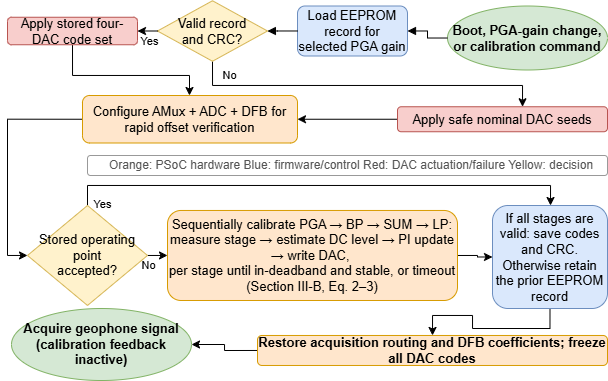
Earlier version of the draw.io export Propuesta Urucom/Imagenes/psoc_foreground_calibration_flow.drawio_horizontal_comprimido.png (simplementeUnPorito/Tesis-documentacion). Source tidied: cells renumbered, new cells last; positions are measured from the earlier drawing's top-left corner, leaving out a move shared by most shapes.
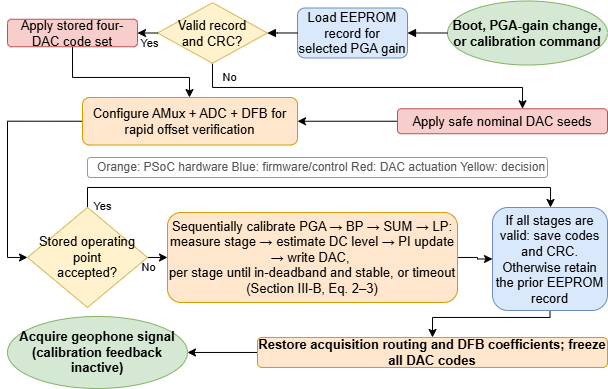
Above is the later version.

Diff of the diagram source:
```diff
@@ -38,7 +38,12 @@
       <mxGeometry x="160" y="210" width="290" height="90" as="geometry" />
     </mxCell>
     <mxCell id="9" style="edgeStyle=orthogonalEdgeStyle;curved=0;rounded=0;jettySize=auto;html=1;exitX=0.5;exitY=1;exitDx=0;exitDy=0;" parent="1" edge="1" source="10" target="12">
-      <mxGeometry relative="1" as="geometry" />
+      <mxGeometry relative="1" as="geometry">
+        <Array as="points">
+          <mxPoint x="543" y="315" />
+          <mxPoint x="425" y="315" />
+        </Array>
+      </mxGeometry>
     </mxCell>
     <mxCell id="10" value="If all stages are valid: save codes and CRC.&#10;Otherwise retain the prior EEPROM record" style="rounded=1;whiteSpace=wrap;html=1;fillColor=#dae8fc;strokeColor=#6c8ebf;fontSize=13;" parent="1" vertex="1">
       <mxGeometry x="485" y="205" width="115" height="103" as="geometry" />
@@ -50,13 +55,13 @@
       <mxGeometry x="250" y="335" width="350" height="30" as="geometry" />
     </mxCell>
     <mxCell id="13" value="Acquire geophone signal&#10;(calibration feedback inactive)" style="ellipse;whiteSpace=wrap;html=1;fillColor=#d5e8d4;strokeColor=#82b366;fontStyle=1;fontSize=13;" parent="1" vertex="1">
-      <mxGeometry x="4" y="308" width="180" height="72" as="geometry" />
+      <mxGeometry y="314" width="180" height="72" as="geometry" />
     </mxCell>
-    <mxCell id="14" value="&lt;font style=&quot;font-size: 12px;&quot;&gt;Orange: PSoC hardware   Blue: firmware/control Red: DAC actuation/failure   Yellow: decision&lt;/font&gt;" style="rounded=1;whiteSpace=wrap;html=1;fillColor=#ffffff;strokeColor=#999999;fontSize=11;fontColor=#555555;align=center;spacingLeft=8;rotation=0;" parent="1" vertex="1">
-      <mxGeometry x="80" y="155" width="520" height="20" as="geometry" />
+    <mxCell id="14" value="&lt;font style=&quot;font-size: 12px;&quot;&gt;Orange: PSoC hardware   Blue: firmware/control Red: DAC actuation Yellow: decision&lt;/font&gt;" style="rounded=1;whiteSpace=wrap;html=1;fillColor=#ffffff;strokeColor=#999999;fontSize=11;fontColor=#555555;align=center;spacingLeft=8;rotation=0;" parent="1" vertex="1">
+      <mxGeometry x="80" y="155" width="460" height="20" as="geometry" />
     </mxCell>
     <mxCell id="15" value="Boot, PGA-gain change,&#10;or calibration command" style="ellipse;whiteSpace=wrap;html=1;fillColor=#d5e8d4;strokeColor=#82b366;fontStyle=1;fontSize=13;" parent="1" vertex="1">
-      <mxGeometry x="440" y="5.5" width="160" height="64" as="geometry" />
+      <mxGeometry x="440" y="-1.5" width="160" height="64" as="geometry" />
     </mxCell>
     <mxCell id="16" value="Load EEPROM record for&#10;selected PGA gain" style="rounded=1;whiteSpace=wrap;html=1;fillColor=#dae8fc;strokeColor=#6c8ebf;fontSize=13;" parent="1" vertex="1">
       <mxGeometry x="290" y="5.5" width="110" height="50" as="geometry" />
```
